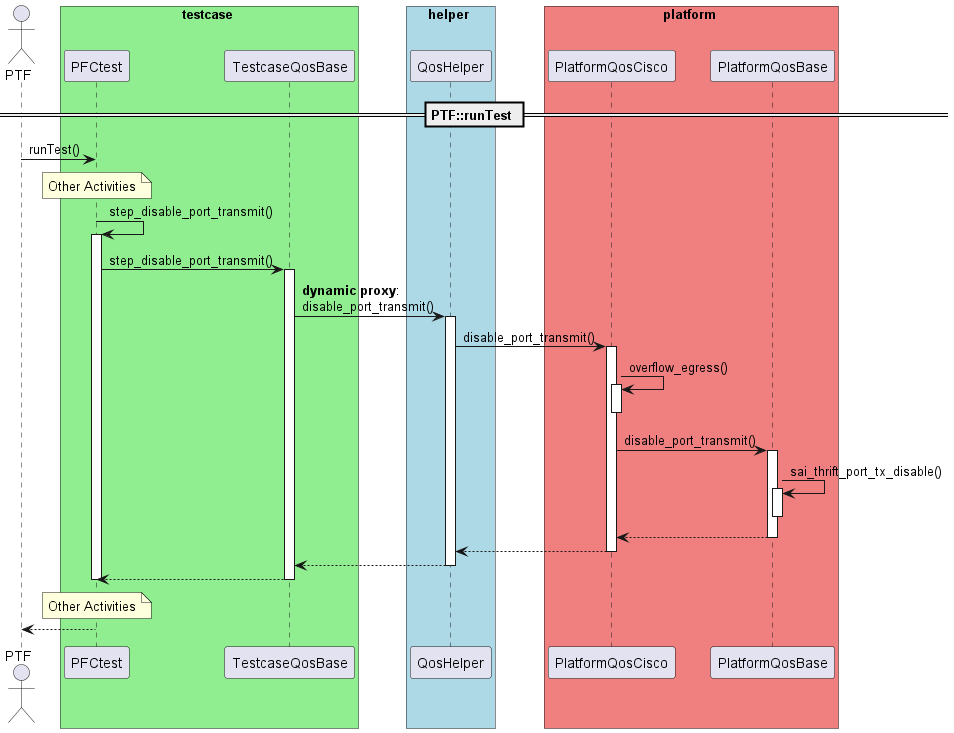
Above: tests/saitests/docs/images/saitest.refactor.sequence.invoke-platform.png in sonic-net/sonic-mgmt (PlantUML), before the change.
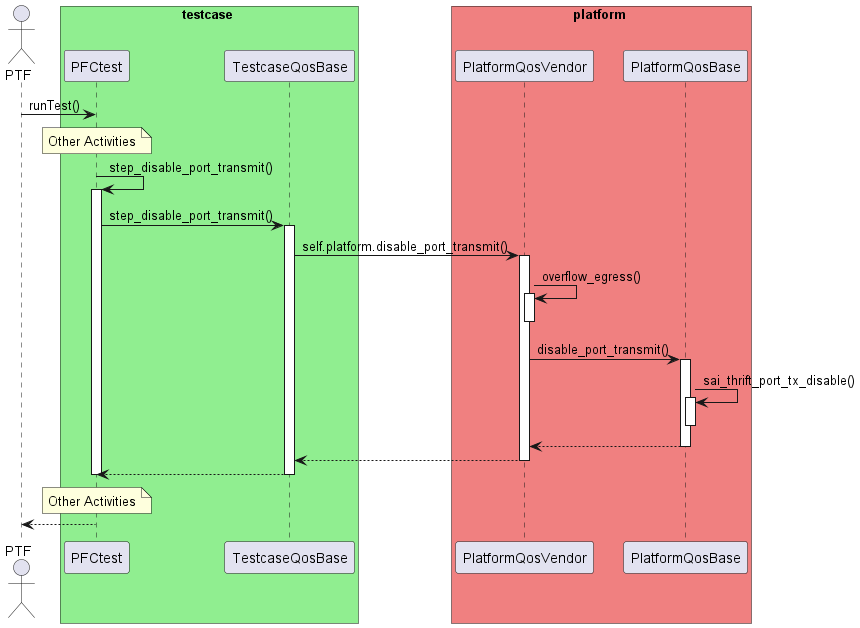
The same diagram one commit later.

What changed in the source:
```diff
@@ -7,16 +7,11 @@
 participant TestcaseQosBase
 end box
 
-box helper #lightblue
-participant QosHelper
-end box
-
 box platform #lightcoral
-participant PlatformQosCisco
+participant PlatformQosVendor
 participant PlatformQosBase
 end box
 
-== PTF::runTest ==
 
 PTF                 -> PFCtest            : runTest()
 note over              PFCtest            : Other Activities
@@ -27,30 +22,24 @@
 PFCtest             -> TestcaseQosBase    : step_disable_port_transmit()
 activate                                    TestcaseQosBase
 
-TestcaseQosBase     -> QosHelper          : **dynamic proxy**:\ndisable_port_transmit()
-activate                                    QosHelper
+TestcaseQosBase     -> PlatformQosVendor   : self.platform.disable_port_transmit()
+activate                                    PlatformQosVendor
 
-QosHelper           -> PlatformQosCisco   : disable_port_transmit()
-activate                                    PlatformQosCisco
-
-PlatformQosCisco    -> PlatformQosCisco   : overflow_egress()
-activate                                    PlatformQosCisco
-deactivate                                  PlatformQosCisco
-PlatformQosCisco    -> PlatformQosBase    : disable_port_transmit()
+PlatformQosVendor    -> PlatformQosVendor   : overflow_egress()
+activate                                    PlatformQosVendor
+deactivate                                  PlatformQosVendor
+PlatformQosVendor    -> PlatformQosBase    : disable_port_transmit()
 activate                                    PlatformQosBase
 
 PlatformQosBase     -> PlatformQosBase    : sai_thrift_port_tx_disable()
 activate                                    PlatformQosBase
 deactivate                                  PlatformQosBase
 
-PlatformQosBase    --> PlatformQosCisco
+PlatformQosBase    --> PlatformQosVendor
 deactivate                                  PlatformQosBase
 
-PlatformQosCisco   --> QosHelper
-deactivate                                  PlatformQosCisco
-
-QosHelper          --> TestcaseQosBase
-deactivate                                  QosHelper
+PlatformQosVendor   --> TestcaseQosBase
+deactivate                                  PlatformQosVendor
 
 TestcaseQosBase    --> PFCtest
 deactivate                                  TestcaseQosBase
```
